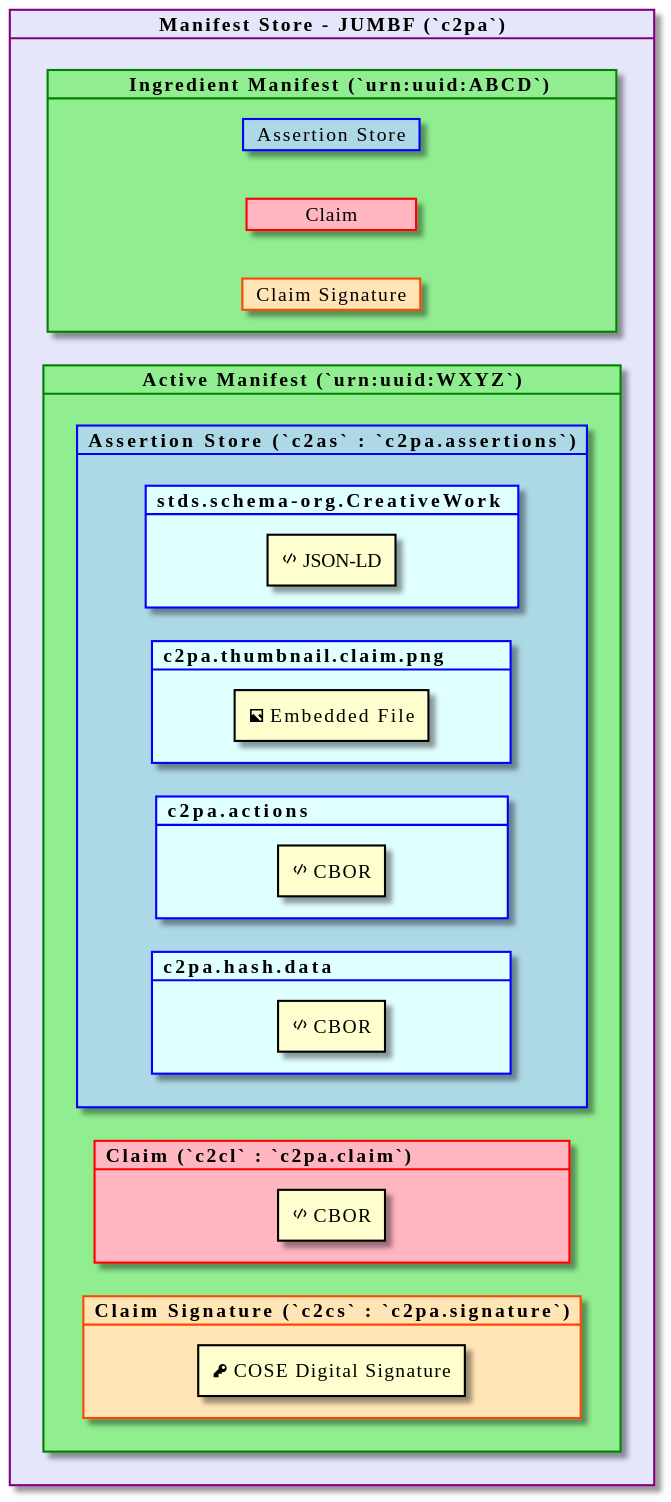
Earlier version of the PlantUML export specifications/1.0/specs/_images/ManifestStore_Ingredient.svg (c2pa-org/specifications).
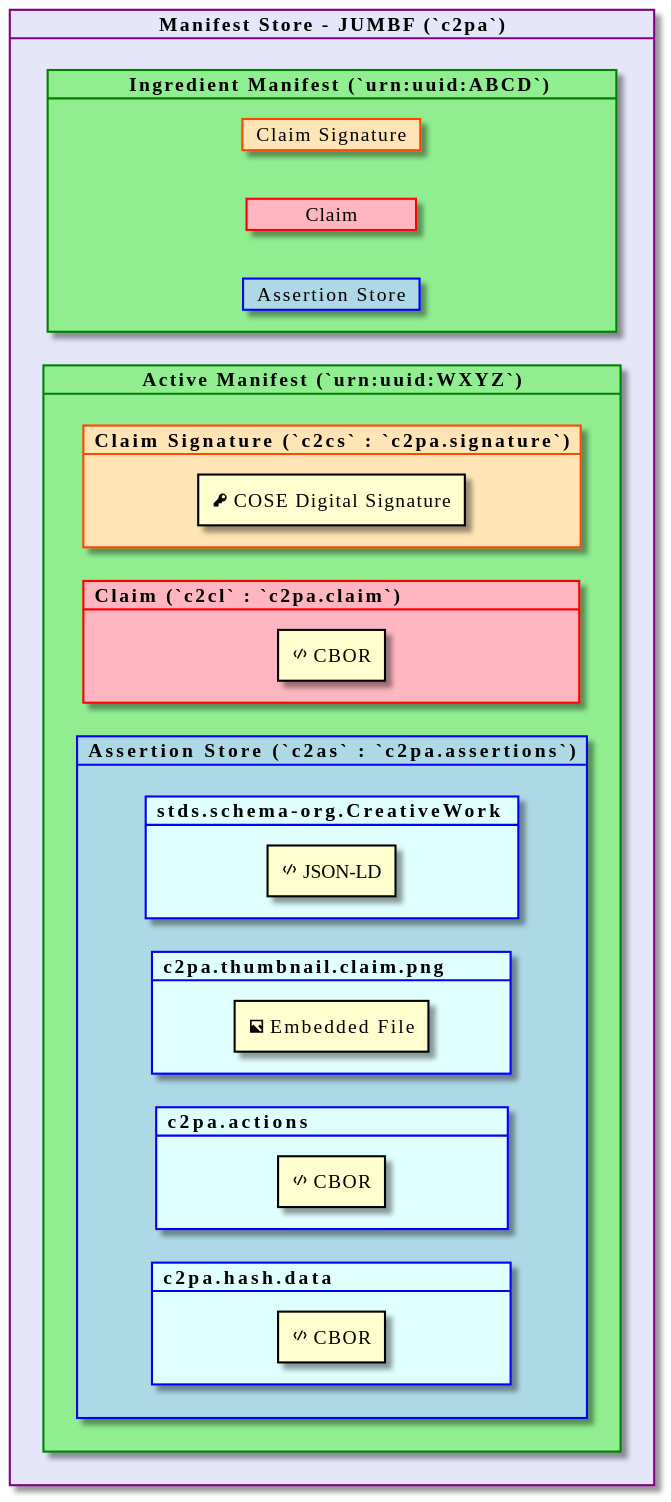
After the commit.

Change to the diagram source:
```diff
@@ -6,20 +6,20 @@
 
     card c2pa as "Manifest Store - JUMBF (`c2pa`)" <<c2pa>> {
         card ic2ma as "          Ingredient Manifest (`urn:uuid:ABCD`)        " <<c2ma>> {
-            card ic2as as "Assertion Store" <<c2as>> {
+            card ic2cs as "Claim Signature" <<c2cs>> {
             }
             card ic2cl as "        Claim        " <<c2cl>> {
             }
-            card ic2cs as "Claim Signature" <<c2cs>> {
+            card ic2as as "Assertion Store" <<c2as>> {
             }
         }
 
         card c2ma as "Active Manifest (`urn:uuid:WXYZ`)" <<c2ma>> {
-			!includesub manifest.iuml!ASSERTIONSTORE
+			!includesub manifest.iuml!CLAIMSIGNATURE
 
 			!includesub manifest.iuml!CLAIM
 
-			!includesub manifest.iuml!CLAIMSIGNATURE
+			!includesub manifest.iuml!ASSERTIONSTORE
         }
     }
 
```
